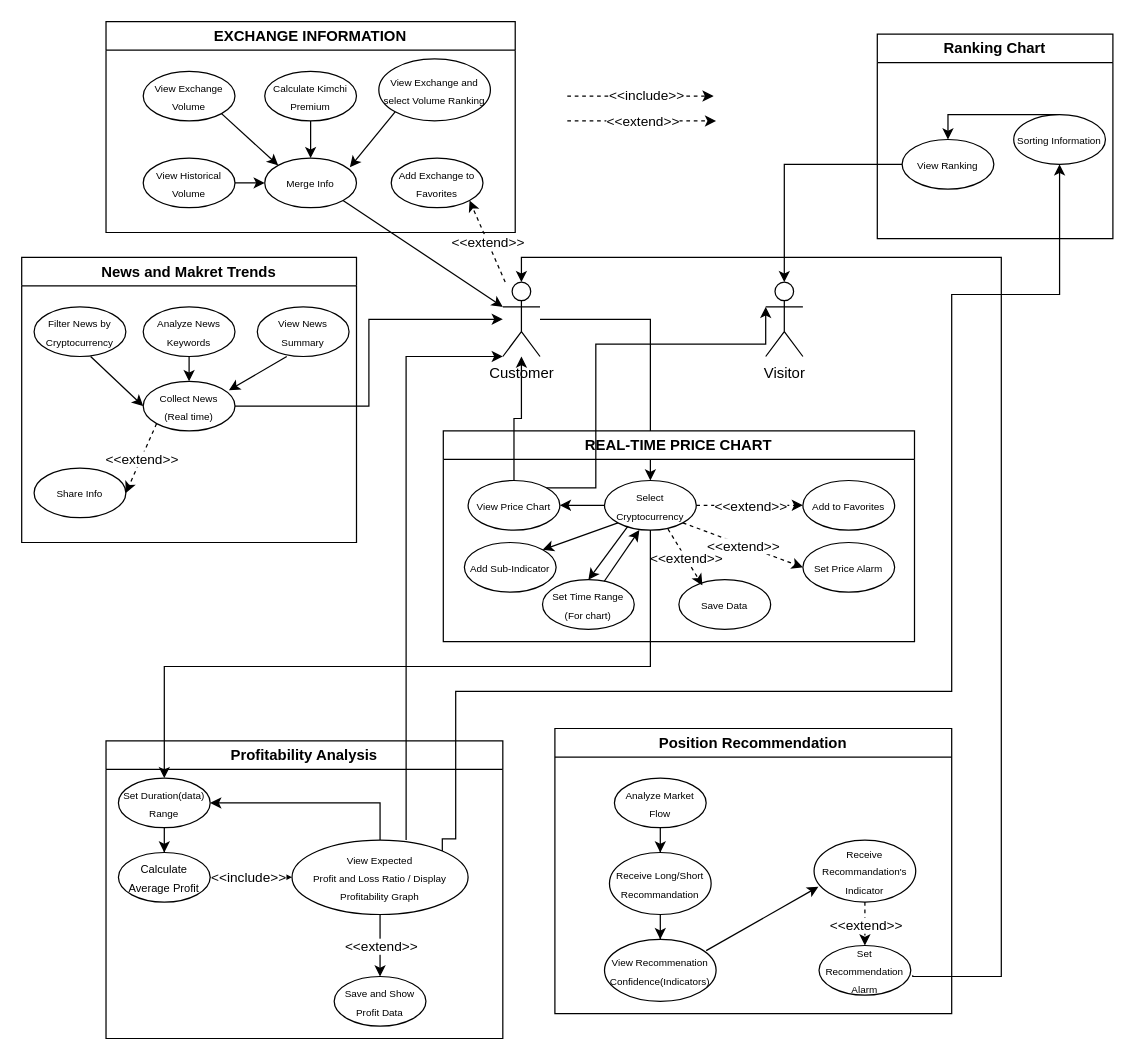
Before: bitcoin.drawio in Sritone/OOAD, a draw.io diagram. Source tidied: cells renumbered, new cells numbered last; positions are measured from the earlier drawing's top-left corner, leaving out a move shared by most shapes. Both pictures are drawn from the tidied source at 124%, with x=0, y=0 at pixel (21, 21).
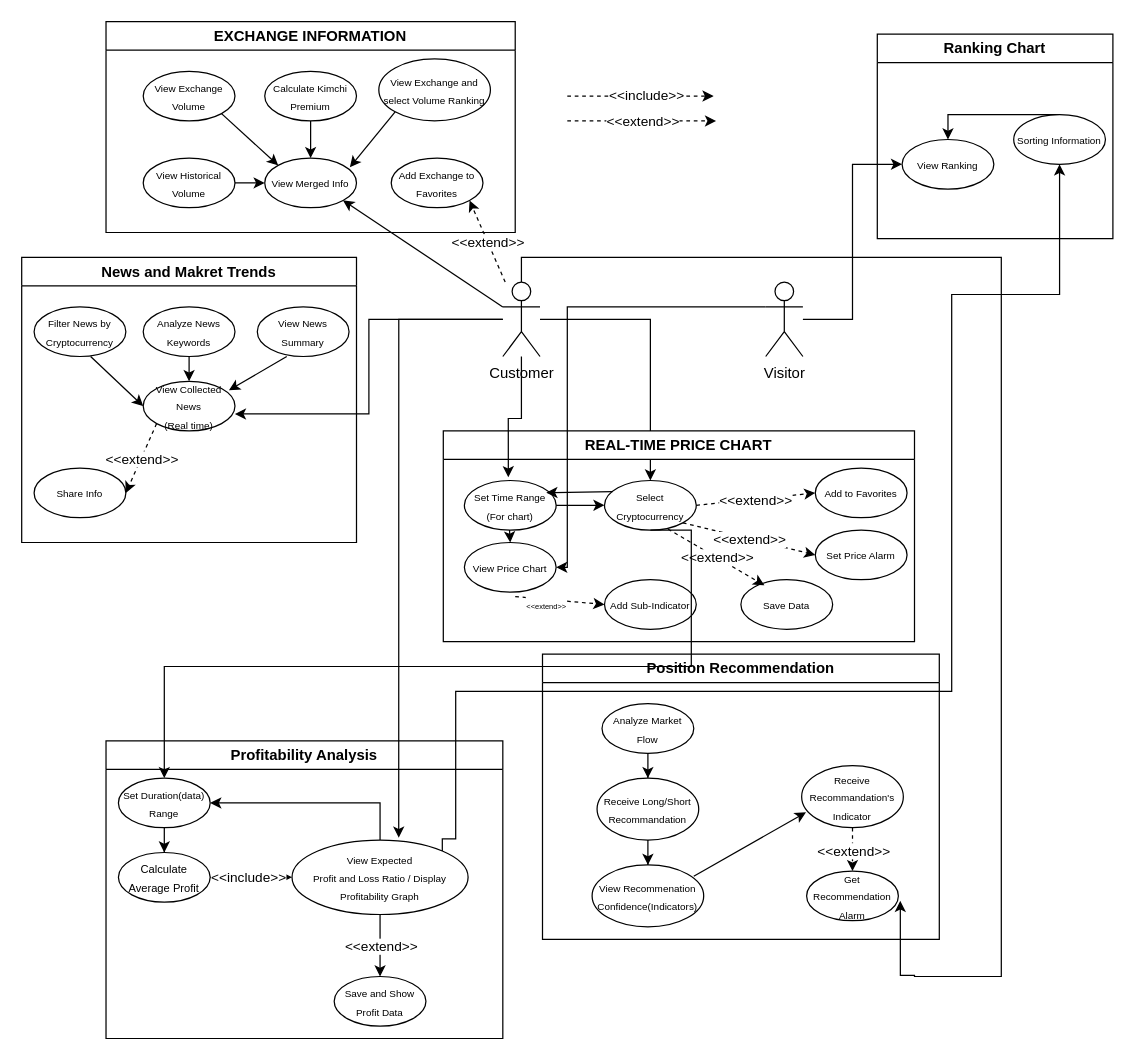
Above is the later version.

Unchanged cells that the change refers to:
```xml
<mxCell id="3" value="Customer" style="shape=umlActor;verticalLabelPosition=bottom;verticalAlign=top;html=1;outlineConnect=0;" parent="1" vertex="1">
  <mxGeometry x="388" y="210" width="30" height="60" as="geometry" />
</mxCell>
<mxCell id="8" value="&lt;font style=&quot;font-size: 8px;&quot;&gt;View Expected&lt;br&gt;Profit and Loss Ratio /&amp;nbsp;&lt;/font&gt;&lt;span style=&quot;font-size: 8px;&quot;&gt;Display Profitability Graph&lt;/span&gt;" style="ellipse;whiteSpace=wrap;html=1;" parent="4" vertex="1">
  <mxGeometry x="150" y="80" width="142" height="60" as="geometry" />
</mxCell>
<mxCell id="13" value="&lt;span style=&quot;font-size: 8px;&quot;&gt;Set Duration(data) Range&lt;/span&gt;" style="ellipse;whiteSpace=wrap;html=1;" parent="4" vertex="1">
  <mxGeometry x="10" y="30" width="74" height="40" as="geometry" />
</mxCell>
<mxCell id="15" value="News and Makret Trends" style="swimlane;whiteSpace=wrap;html=1;" parent="1" vertex="1">
  <mxGeometry y="190" width="270" height="230" as="geometry" />
</mxCell>
<mxCell id="41" value="REAL-TIME PRICE CHART" style="swimlane;whiteSpace=wrap;html=1;" parent="1" vertex="1">
  <mxGeometry x="340" y="330" width="380" height="170" as="geometry" />
</mxCell>
<mxCell id="44" value="&lt;font style=&quot;font-size: 8px;&quot;&gt;Select Cryptocurrency&lt;/font&gt;" style="ellipse;whiteSpace=wrap;html=1;" parent="41" vertex="1">
  <mxGeometry x="130" y="40" width="74" height="40" as="geometry" />
</mxCell>
<mxCell id="61" value="EXCHANGE INFORMATION" style="swimlane;whiteSpace=wrap;html=1;" parent="1" vertex="1">
  <mxGeometry x="68" width="330" height="170" as="geometry" />
</mxCell>
<mxCell id="74" value="Visitor" style="shape=umlActor;verticalLabelPosition=bottom;verticalAlign=top;html=1;outlineConnect=0;" parent="1" vertex="1">
  <mxGeometry x="600" y="210" width="30" height="60" as="geometry" />
</mxCell>
<mxCell id="78" value="&lt;span style=&quot;font-size: 8px;&quot;&gt;View Ranking&lt;/span&gt;" style="ellipse;whiteSpace=wrap;html=1;" parent="75" vertex="1">
  <mxGeometry x="20" y="85" width="74" height="40" as="geometry" />
</mxCell>
```

What changed in the source:
```diff
@@
-    <mxCell id="25" value="&lt;span style=&quot;font-size: 8px;&quot;&gt;Collect News&lt;br&gt;(Real time)&lt;/span&gt;" style="ellipse;whiteSpace=wrap;html=1;" parent="15" vertex="1">
+    <mxCell id="25" value="&lt;span style=&quot;font-size: 8px;&quot;&gt;View Collected News&lt;br&gt;(Real time)&lt;/span&gt;" style="ellipse;whiteSpace=wrap;html=1;" parent="15" vertex="1">
       <mxGeometry x="98" y="100" width="74" height="40" as="geometry" />
     </mxCell>
@@
     <mxCell id="30" value="Position Recommendation" style="swimlane;whiteSpace=wrap;html=1;" parent="1" vertex="1">
-      <mxGeometry x="430" y="570" width="320" height="230" as="geometry" />
+      <mxGeometry x="420" y="510" width="320" height="230" as="geometry" />
     </mxCell>
@@
-    <mxCell id="36" value="&lt;span style=&quot;font-size: 8px;&quot;&gt;Set Recommendation Alarm&lt;/span&gt;" style="ellipse;whiteSpace=wrap;html=1;" parent="30" vertex="1">
+    <mxCell id="36" value="&lt;span style=&quot;font-size: 8px;&quot;&gt;Get Recommendation Alarm&lt;/span&gt;" style="ellipse;whiteSpace=wrap;html=1;" parent="30" vertex="1">
       <mxGeometry x="213" y="175" width="74" height="40" as="geometry" />
     </mxCell>
@@
     <mxCell id="42" value="&lt;font style=&quot;font-size: 8px;&quot;&gt;View Price Chart&lt;/font&gt;" style="ellipse;whiteSpace=wrap;html=1;" parent="41" vertex="1">
-      <mxGeometry x="20" y="40" width="74" height="40" as="geometry" />
+      <mxGeometry x="17" y="90" width="74" height="40" as="geometry" />
     </mxCell>
-    <mxCell id="43" style="edgeStyle=orthogonalEdgeStyle;rounded=0;jettySize=auto;html=1;entryX=1;entryY=0.5;entryDx=0;entryDy=0;" parent="41" edge="1" source="44" target="42">
+    <mxCell id="43" style="edgeStyle=orthogonalEdgeStyle;rounded=0;jettySize=auto;html=1;entryX=0.5;entryY=0;entryDx=0;entryDy=0;exitX=0.49;exitY=0.936;exitDx=0;exitDy=0;exitPerimeter=0;" parent="41" edge="1" source="56" target="42">
       <mxGeometry relative="1" as="geometry" />
     </mxCell>
@@
     <mxCell id="45" value="&lt;font style=&quot;font-size: 8px;&quot;&gt;Add to Favorites&lt;/font&gt;" style="ellipse;whiteSpace=wrap;html=1;" parent="41" vertex="1">
-      <mxGeometry x="290" y="40" width="74" height="40" as="geometry" />
+      <mxGeometry x="300" y="30" width="74" height="40" as="geometry" />
     </mxCell>
     <mxCell id="46" value="&lt;font style=&quot;font-size: 8px;&quot;&gt;Set Price Alarm&lt;/font&gt;" style="ellipse;whiteSpace=wrap;html=1;" parent="41" vertex="1">
-      <mxGeometry x="290" y="90" width="74" height="40" as="geometry" />
+      <mxGeometry x="300" y="80" width="74" height="40" as="geometry" />
     </mxCell>
@@
     <mxCell id="51" value="&lt;span style=&quot;font-size: 8px;&quot;&gt;Add Sub-Indicator&lt;/span&gt;" style="ellipse;whiteSpace=wrap;html=1;" parent="41" vertex="1">
-      <mxGeometry x="17" y="90" width="74" height="40" as="geometry" />
+      <mxGeometry x="130" y="120" width="74" height="40" as="geometry" />
     </mxCell>
-    <mxCell id="52" style="endArrow=classic;html=1;rounded=0;exitX=0;exitY=1;exitDx=0;exitDy=0;entryX=1;entryY=0;entryDx=0;entryDy=0;" parent="41" edge="1" source="44" target="51">
-      <mxGeometry relative="1" as="geometry" />
-    </mxCell>
     <mxCell id="53" value="&lt;span style=&quot;font-size: 8px;&quot;&gt;Save Data&lt;/span&gt;" style="ellipse;whiteSpace=wrap;html=1;" parent="41" vertex="1">
-      <mxGeometry x="190" y="120" width="74" height="40" as="geometry" />
+      <mxGeometry x="240" y="120" width="74" height="40" as="geometry" />
     </mxCell>
@@
     <mxCell id="56" value="&lt;font style=&quot;font-size: 8px;&quot;&gt;Set Time Range&lt;br&gt;(For chart)&lt;/font&gt;" style="ellipse;whiteSpace=wrap;html=1;" parent="41" vertex="1">
-      <mxGeometry x="80" y="120" width="74" height="40" as="geometry" />
+      <mxGeometry x="17" y="40" width="74" height="40" as="geometry" />
     </mxCell>
-    <mxCell id="57" style="endArrow=classic;html=1;rounded=0;entryX=0.38;entryY=1;entryDx=0;entryDy=0;entryPerimeter=0;" parent="41" edge="1" source="56" target="44">
+    <mxCell id="57" style="endArrow=classic;html=1;rounded=0;entryX=0;entryY=0.5;entryDx=0;entryDy=0;" parent="41" edge="1" source="56" target="44">
       <mxGeometry relative="1" as="geometry" />
     </mxCell>
-    <mxCell id="58" style="endArrow=classic;html=1;rounded=0;exitX=0.256;exitY=0.921;exitDx=0;exitDy=0;entryX=0.5;entryY=0;entryDx=0;entryDy=0;exitPerimeter=0;" parent="41" edge="1" source="44" target="56">
+    <mxCell id="58" style="endArrow=classic;html=1;rounded=0;exitX=0.09;exitY=0.223;exitDx=0;exitDy=0;exitPerimeter=0;entryX=0.893;entryY=0.245;entryDx=0;entryDy=0;entryPerimeter=0;" parent="41" edge="1" source="44" target="56">
       <mxGeometry relative="1" as="geometry" />
     </mxCell>
-    <mxCell id="59" style="edgeStyle=orthogonalEdgeStyle;rounded=0;jettySize=auto;html=1;" parent="1" edge="1" source="42" target="3">
-      <mxGeometry relative="1" as="geometry" />
-    </mxCell>
+    <mxCell id="86" style="endArrow=classic;html=1;rounded=0;dashed=1;entryX=0;entryY=0.5;entryDx=0;entryDy=0;exitX=0.801;exitY=0.931;exitDx=0;exitDy=0;exitPerimeter=0;" parent="41" edge="1" target="51">
+      <mxGeometry relative="1" as="geometry">
+        <mxPoint x="58" y="133.6" as="sourcePoint" />
+      </mxGeometry>
+    </mxCell>
+    <mxCell id="87" value="&lt;font style=&quot;font-size: 6px;&quot;&gt;&amp;lt;&amp;lt;extend&amp;gt;&amp;gt;&lt;/font&gt;" style="edgeLabel;html=1;align=center;verticalAlign=middle;" parent="86" vertex="1">
+      <mxGeometry relative="1" as="geometry">
+        <mxPoint x="-11" y="3" as="offset" />
+      </mxGeometry>
+    </mxCell>
-    <mxCell id="60" style="edgeStyle=orthogonalEdgeStyle;rounded=0;jettySize=auto;html=1;entryX=0.5;entryY=0;entryDx=0;entryDy=0;entryPerimeter=0;exitX=1.021;exitY=0.6;exitDx=0;exitDy=0;exitPerimeter=0;" parent="1" edge="1" source="36" target="3">
+    <mxCell id="60" style="edgeStyle=orthogonalEdgeStyle;rounded=0;jettySize=auto;html=1;entryX=1.021;entryY=0.6;entryDx=0;entryDy=0;entryPerimeter=0;exitX=0.5;exitY=0;exitDx=0;exitDy=0;exitPerimeter=0;" parent="1" edge="1" source="3" target="36">
       <mxGeometry relative="1" as="geometry">
         <Array as="points">
-          <mxPoint x="719" y="770" />
+          <mxPoint x="403" y="190" />
+          <mxPoint x="790" y="190" />
           <mxPoint x="790" y="770" />
-          <mxPoint x="790" y="190" />
-          <mxPoint x="403" y="190" />
+          <mxPoint x="720" y="770" />
+          <mxPoint x="720" y="769" />
         </Array>
       </mxGeometry>
     </mxCell>
@@
-    <mxCell id="69" value="&lt;span style=&quot;font-size: 8px;&quot;&gt;Merge Info&lt;/span&gt;" style="ellipse;whiteSpace=wrap;html=1;" parent="61" vertex="1">
+    <mxCell id="69" value="&lt;span style=&quot;font-size: 8px;&quot;&gt;View Merged Info&lt;/span&gt;" style="ellipse;whiteSpace=wrap;html=1;" parent="61" vertex="1">
       <mxGeometry x="128" y="110" width="74" height="40" as="geometry" />
     </mxCell>
@@
-    <mxCell id="80" style="edgeStyle=orthogonalEdgeStyle;rounded=0;jettySize=auto;html=1;exitX=1;exitY=0.5;exitDx=0;exitDy=0;" parent="1" edge="1" target="3">
-      <mxGeometry relative="1" as="geometry">
-        <mxPoint x="172" y="310" as="sourcePoint" />
-        <Array as="points">
-          <mxPoint x="280" y="310" />
-          <mxPoint x="280" y="240" />
-        </Array>
-      </mxGeometry>
-    </mxCell>
-    <mxCell id="81" style="edgeStyle=orthogonalEdgeStyle;rounded=0;jettySize=auto;html=1;exitX=1;exitY=0;exitDx=0;exitDy=0;entryX=0;entryY=0.3333333333333333;entryDx=0;entryDy=0;entryPerimeter=0;" parent="1" edge="1" source="42" target="74">
+    <mxCell id="81" style="edgeStyle=orthogonalEdgeStyle;rounded=0;jettySize=auto;html=1;exitX=0;exitY=0.3333333333333333;exitDx=0;exitDy=0;entryX=1;entryY=0.5;entryDx=0;entryDy=0;exitPerimeter=0;" parent="1" edge="1" source="74" target="42">
       <mxGeometry relative="1" as="geometry">
         <Array as="points">
-          <mxPoint x="463" y="260" />
-          <mxPoint x="600" y="260" />
+          <mxPoint x="440" y="230" />
+          <mxPoint x="440" y="440" />
         </Array>
       </mxGeometry>
     </mxCell>
-    <mxCell id="82" style="edgeStyle=orthogonalEdgeStyle;rounded=0;jettySize=auto;html=1;exitX=0;exitY=0.5;exitDx=0;exitDy=0;" parent="1" edge="1" source="78" target="74">
+    <mxCell id="82" style="edgeStyle=orthogonalEdgeStyle;rounded=0;jettySize=auto;html=1;entryX=0;entryY=0.5;entryDx=0;entryDy=0;" parent="1" edge="1" source="74" target="78">
       <mxGeometry relative="1" as="geometry" />
     </mxCell>
-    <mxCell id="83" style="edgeStyle=orthogonalEdgeStyle;rounded=0;jettySize=auto;html=1;exitX=0.648;exitY=0;exitDx=0;exitDy=0;exitPerimeter=0;entryX=0;entryY=1;entryDx=0;entryDy=0;entryPerimeter=0;" parent="1" edge="1" source="8" target="3">
-      <mxGeometry relative="1" as="geometry">
-        <Array as="points">
-          <mxPoint x="310" y="270" />
-        </Array>
-      </mxGeometry>
-    </mxCell>
     <mxCell id="84" style="edgeStyle=orthogonalEdgeStyle;rounded=0;jettySize=auto;html=1;exitX=0.5;exitY=1;exitDx=0;exitDy=0;" parent="1" edge="1" source="44" target="13">
       <mxGeometry relative="1" as="geometry">
         <Array as="points">
-          <mxPoint x="507" y="520" />
+          <mxPoint x="540" y="410" />
+          <mxPoint x="540" y="520" />
           <mxPoint x="115" y="520" />
         </Array>
       </mxGeometry>
     </mxCell>
+    <mxCell id="88" style="edgeStyle=orthogonalEdgeStyle;rounded=0;jettySize=auto;html=1;entryX=0.479;entryY=-0.064;entryDx=0;entryDy=0;entryPerimeter=0;" parent="1" edge="1" source="3" target="56">
+      <mxGeometry relative="1" as="geometry" />
+    </mxCell>
+    <mxCell id="89" style="edgeStyle=orthogonalEdgeStyle;rounded=0;jettySize=auto;html=1;entryX=0.606;entryY=-0.033;entryDx=0;entryDy=0;entryPerimeter=0;" parent="1" edge="1" source="3" target="8">
+      <mxGeometry relative="1" as="geometry" />
+    </mxCell>
+    <mxCell id="90" style="edgeStyle=orthogonalEdgeStyle;rounded=0;jettySize=auto;html=1;entryX=0.999;entryY=0.658;entryDx=0;entryDy=0;entryPerimeter=0;" parent="1" edge="1" source="3" target="25">
+      <mxGeometry relative="1" as="geometry" />
+    </mxCell>
-    <mxCell id="85" style="endArrow=classic;html=1;rounded=0;exitX=1;exitY=1;exitDx=0;exitDy=0;" parent="1" edge="1" source="69" target="3">
+    <mxCell id="85" style="endArrow=classic;html=1;rounded=0;entryX=1;entryY=1;entryDx=0;entryDy=0;" parent="1" edge="1" source="3" target="69">
       <mxGeometry relative="1" as="geometry" />
     </mxCell>
```
